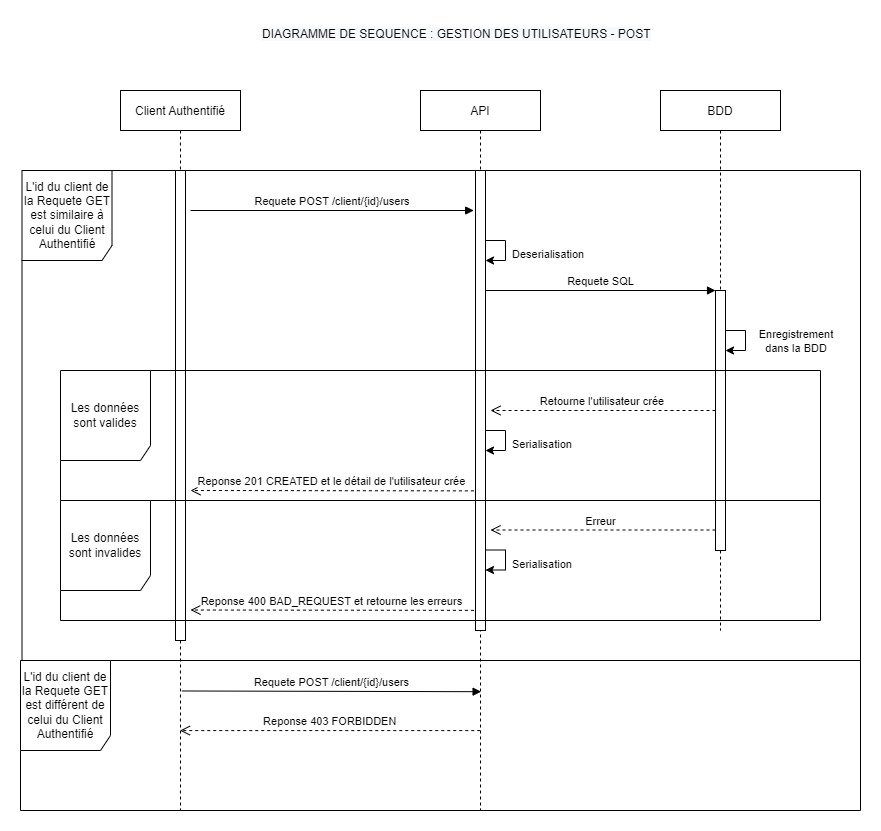
The draw.io diagram Diagrams/Sequence POST users.png in Pierre-Ka/API-OP7, before a commit. Source tidied: cells renumbered, new cells last; positions are measured from the earlier drawing's top-left corner, leaving out a move shared by most shapes.
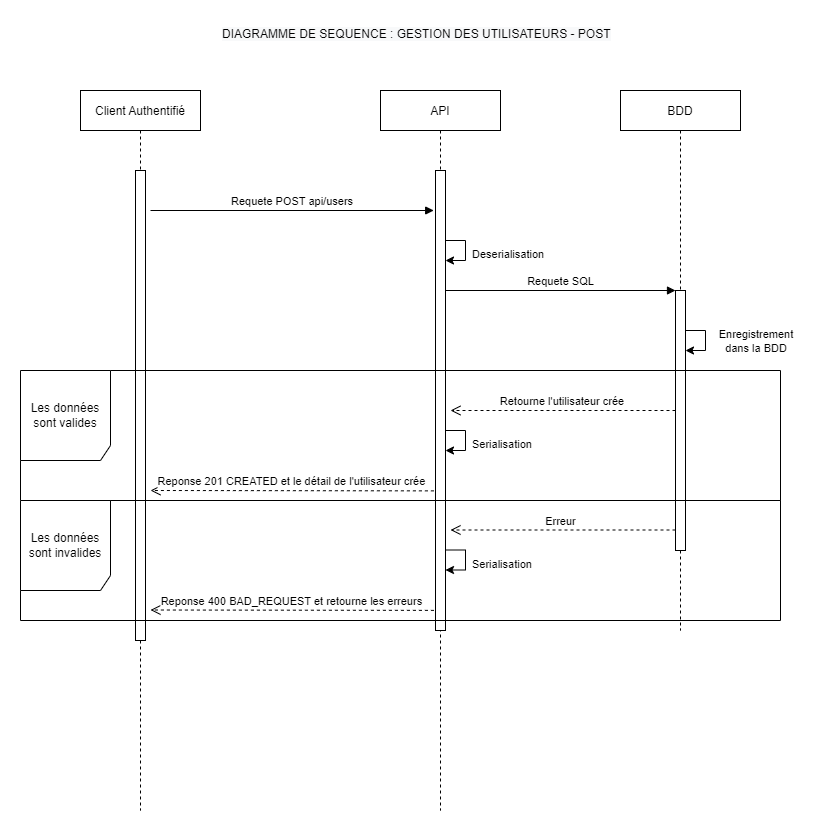
After the commit.

Change to the diagram source:
```diff
@@ -65,10 +65,7 @@
         <mxPoint x="-170" y="320" as="targetPoint" />
       </mxGeometry>
     </mxCell>
-    <mxCell id="14" value="L'id du client de la Requete GET est similaire à celui du Client Authentifié" style="shape=umlFrame;whiteSpace=wrap;html=1;width=90;height=90;" parent="1" vertex="1">
-      <mxGeometry x="1.5" y="150" width="838.5" height="490" as="geometry" />
-    </mxCell>
-    <mxCell id="15" value="Requete POST /client/{id}/users" style="verticalAlign=bottom;endArrow=block;shadow=0;strokeWidth=1;" parent="1" edge="1">
+    <mxCell id="15" value="Requete POST api/users" style="verticalAlign=bottom;endArrow=block;shadow=0;strokeWidth=1;" parent="1" edge="1">
       <mxGeometry relative="1" as="geometry">
         <mxPoint x="170" y="190" as="sourcePoint" />
         <mxPoint x="453.2" y="190" as="targetPoint" />
@@ -80,15 +77,6 @@
     <mxCell id="17" value="&lt;span style=&quot;color: rgb(0 , 0 , 0) ; font-family: &amp;#34;helvetica&amp;#34; ; font-size: 11px ; font-style: normal ; font-weight: 400 ; letter-spacing: normal ; text-align: center ; text-indent: 0px ; text-transform: none ; word-spacing: 0px ; background-color: rgb(255 , 255 , 255) ; display: inline ; float: none&quot;&gt;Serialisation&lt;/span&gt;" style="text;whiteSpace=wrap;html=1;" parent="1" vertex="1">
       <mxGeometry x="490" y="410" width="100" height="30" as="geometry" />
     </mxCell>
-    <mxCell id="18" value="L'id du client de la Requete GET est différent de celui du Client Authentifié" style="shape=umlFrame;whiteSpace=wrap;html=1;width=90;height=90;" parent="1" vertex="1">
-      <mxGeometry y="640" width="840" height="150" as="geometry" />
-    </mxCell>
-    <mxCell id="19" value="Requete POST /client/{id}/users" style="verticalAlign=bottom;endArrow=block;shadow=0;strokeWidth=1;entryX=0.505;entryY=0.835;entryDx=0;entryDy=0;entryPerimeter=0;exitX=0.512;exitY=0.834;exitDx=0;exitDy=0;exitPerimeter=0;" parent="1" edge="1" source="3" target="5">
-      <mxGeometry relative="1" as="geometry" />
-    </mxCell>
-    <mxCell id="20" value="Reponse 403 FORBIDDEN" style="verticalAlign=bottom;endArrow=open;dashed=1;endSize=8;shadow=0;strokeWidth=1;exitX=0.498;exitY=0.889;exitDx=0;exitDy=0;exitPerimeter=0;" parent="1" edge="1" source="5" target="3">
-      <mxGeometry relative="1" as="geometry" />
-    </mxCell>
     <mxCell id="21" value="&lt;span style=&quot;color: rgb(0 , 0 , 0) ; font-family: &amp;#34;helvetica&amp;#34; ; font-size: 11px ; font-style: normal ; font-weight: 400 ; letter-spacing: normal ; text-align: center ; text-indent: 0px ; text-transform: none ; word-spacing: 0px ; background-color: rgb(255 , 255 , 255) ; display: inline ; float: none&quot;&gt;Deserialisation&lt;/span&gt;" style="text;whiteSpace=wrap;html=1;" parent="1" vertex="1">
       <mxGeometry x="490" y="220" width="100" height="30" as="geometry" />
     </mxCell>
```
